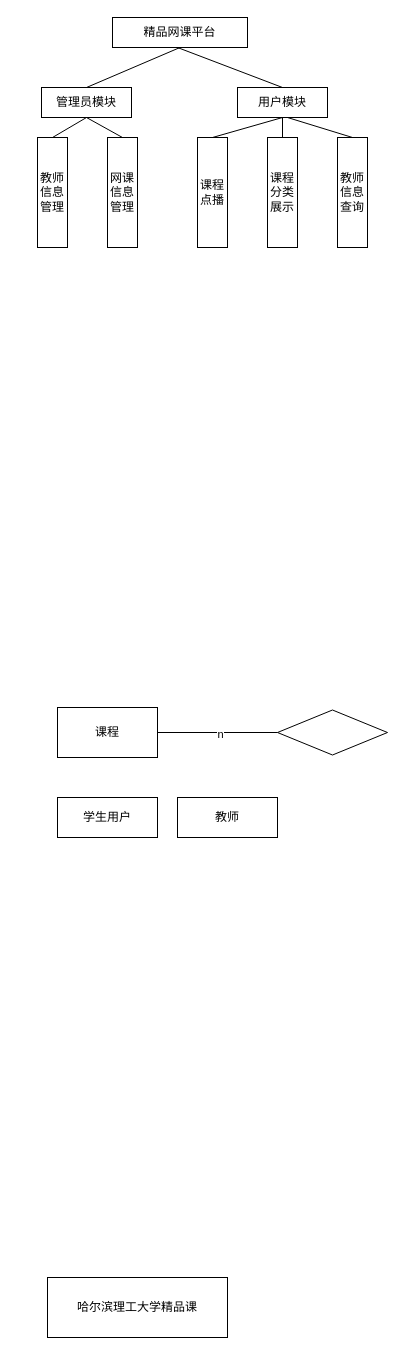
Above: 未命名绘图.drawio in lxw665/DataStructure (draw.io), before the change. Source tidied: cells renumbered, new cells numbered last; positions are measured from the earlier drawing's top-left corner, leaving out a move shared by most shapes. Both pictures are drawn from the tidied source at 100%, with x=0, y=0 at pixel (37, 17).
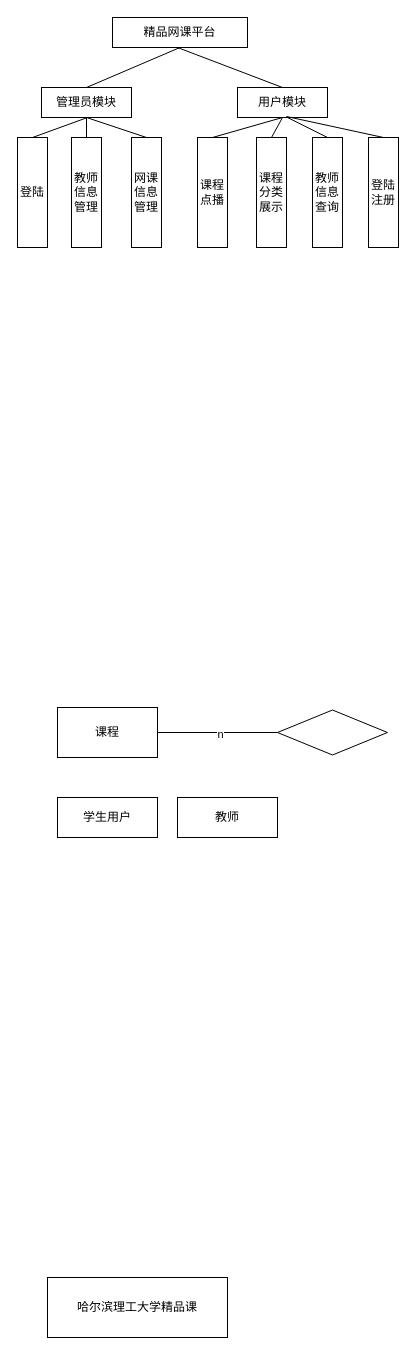
The same diagram, later.

Commit message:
更新未命名绘图.drawio

Diff of the diagram source:
```diff
@@
     <mxCell id="12" value="教师信息管理" style="rounded=0;whiteSpace=wrap;html=1;" parent="1" vertex="1">
-      <mxGeometry y="120" width="30" height="110" as="geometry" />
+      <mxGeometry x="34" y="120" width="30" height="110" as="geometry" />
     </mxCell>
     <mxCell id="13" value="网课信息管理" style="rounded=0;whiteSpace=wrap;html=1;" parent="1" vertex="1">
-      <mxGeometry x="70" y="120" width="30" height="110" as="geometry" />
+      <mxGeometry x="94" y="120" width="30" height="110" as="geometry" />
     </mxCell>
@@
     <mxCell id="15" value="课程分类展示" style="rounded=0;whiteSpace=wrap;html=1;" parent="1" vertex="1">
-      <mxGeometry x="230" y="120" width="30" height="110" as="geometry" />
+      <mxGeometry x="219" y="120" width="30" height="110" as="geometry" />
     </mxCell>
@@
     <mxCell id="22" value="教师信息查询" style="rounded=0;whiteSpace=wrap;html=1;" parent="1" vertex="1">
-      <mxGeometry x="300" y="120" width="30" height="110" as="geometry" />
+      <mxGeometry x="275" y="120" width="30" height="110" as="geometry" />
     </mxCell>
@@
+    <mxCell id="24" value="登陆" style="rounded=0;whiteSpace=wrap;html=1;" parent="1" vertex="1">
+      <mxGeometry x="-20" y="120" width="30" height="110" as="geometry" />
+    </mxCell>
+    <mxCell id="25" style="endArrow=none;html=1;rounded=0;exitX=0.5;exitY=0;exitDx=0;exitDy=0;" parent="1" edge="1" source="24">
+      <mxGeometry relative="1" as="geometry">
+        <mxPoint x="50" y="100" as="targetPoint" />
+      </mxGeometry>
+    </mxCell>
+    <mxCell id="26" value="登陆注册" style="rounded=0;whiteSpace=wrap;html=1;" parent="1" vertex="1">
+      <mxGeometry x="331" y="120" width="30" height="110" as="geometry" />
+    </mxCell>
+    <mxCell id="27" style="endArrow=none;html=1;rounded=0;exitX=0.5;exitY=0;exitDx=0;exitDy=0;" parent="1" edge="1" source="26">
+      <mxGeometry relative="1" as="geometry">
+        <mxPoint x="249" y="99" as="targetPoint" />
+      </mxGeometry>
+    </mxCell>
```
